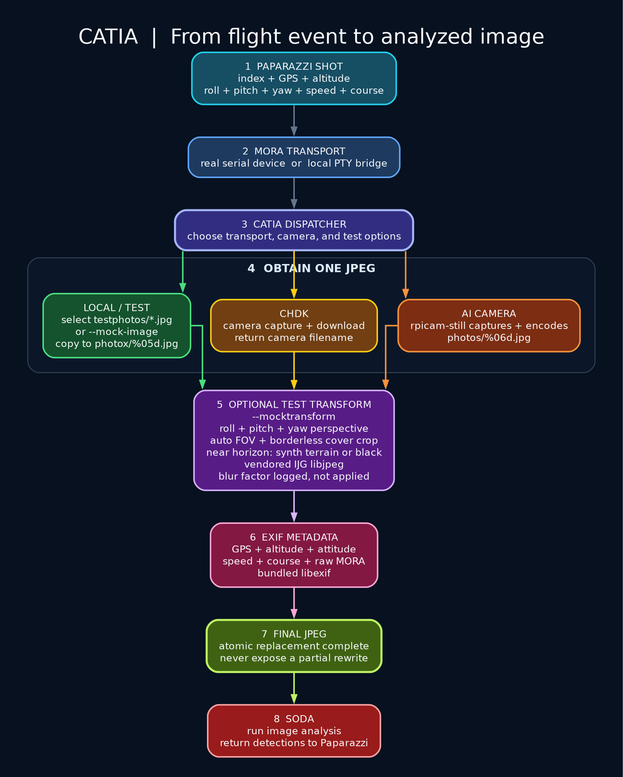
Earlier version of the Graphviz export sw/airborne/modules/digital_cam/catia/documentation/catia-flow.png (tudelft/paparazzi). Its source is kept beside it as sw/airborne/modules/digital_cam/catia/documentation/catia-flow.dot.
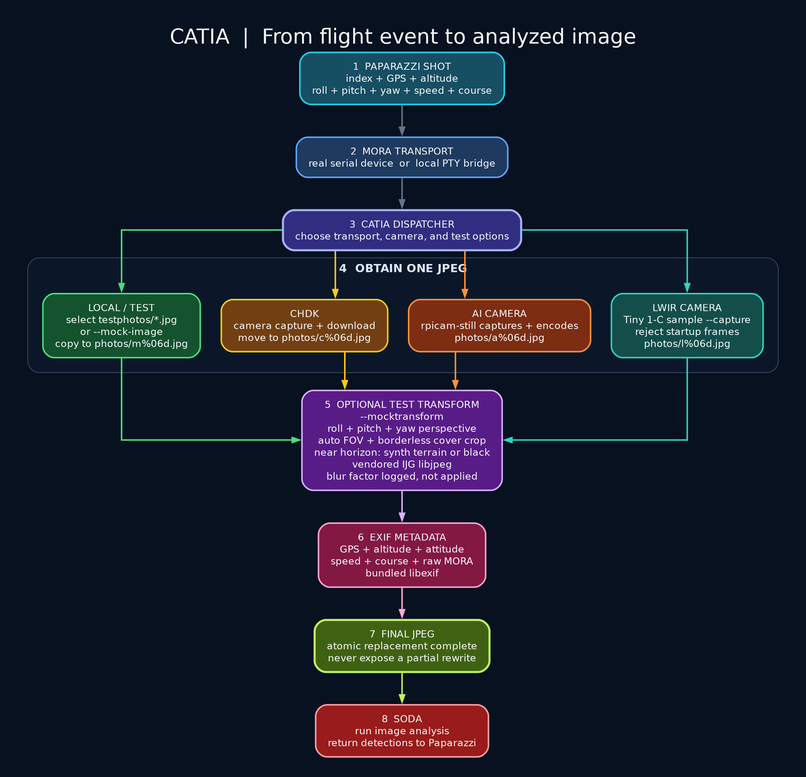
The same diagram one commit later.

Change to the diagram source:
```diff
@@ -65,24 +65,30 @@
     margin=16;
 
     local [
-      label="LOCAL / TEST\nselect testphotos/*.jpg\nor --mock-image\ncopy to photox/%05d.jpg",
+      label="LOCAL / TEST\nselect testphotos/*.jpg\nor --mock-image\ncopy to photos/m%06d.jpg",
       fillcolor="#14532d",
       color="#4ade80"
     ];
 
     chdk [
-      label="CHDK\ncamera capture + download\nreturn camera filename",
+      label="CHDK\ncamera capture + download\nmove to photos/c%06d.jpg",
       fillcolor="#713f12",
       color="#facc15"
     ];
 
     aicam [
-      label="AI CAMERA\nrpicam-still captures + encodes\nphotos/%06d.jpg",
+      label="AI CAMERA\nrpicam-still captures + encodes\nphotos/a%06d.jpg",
       fillcolor="#7c2d12",
       color="#fb923c"
     ];
 
-    {rank=same; local; chdk; aicam;}
+    lwircam [
+      label="LWIR CAMERA\nTiny 1-C sample --capture\nreject startup frames\nphotos/l%06d.jpg",
+      fillcolor="#134e4a",
+      color="#2dd4bf"
+    ];
+
+    {rank=same; local; chdk; aicam; lwircam;}
   }
 
   transform [
@@ -115,9 +121,11 @@
   dispatcher -> local [color="#4ade80"];
   dispatcher -> chdk [color="#facc15"];
   dispatcher -> aicam [color="#fb923c"];
+  dispatcher -> lwircam [color="#2dd4bf"];
   local -> transform [color="#4ade80"];
   chdk -> transform [color="#facc15"];
   aicam -> transform [color="#fb923c"];
+  lwircam -> transform [color="#2dd4bf"];
   transform -> exif [color="#d8b4fe"];
   exif -> final [color="#f9a8d4"];
   final -> soda [color="#bef264"];
```
